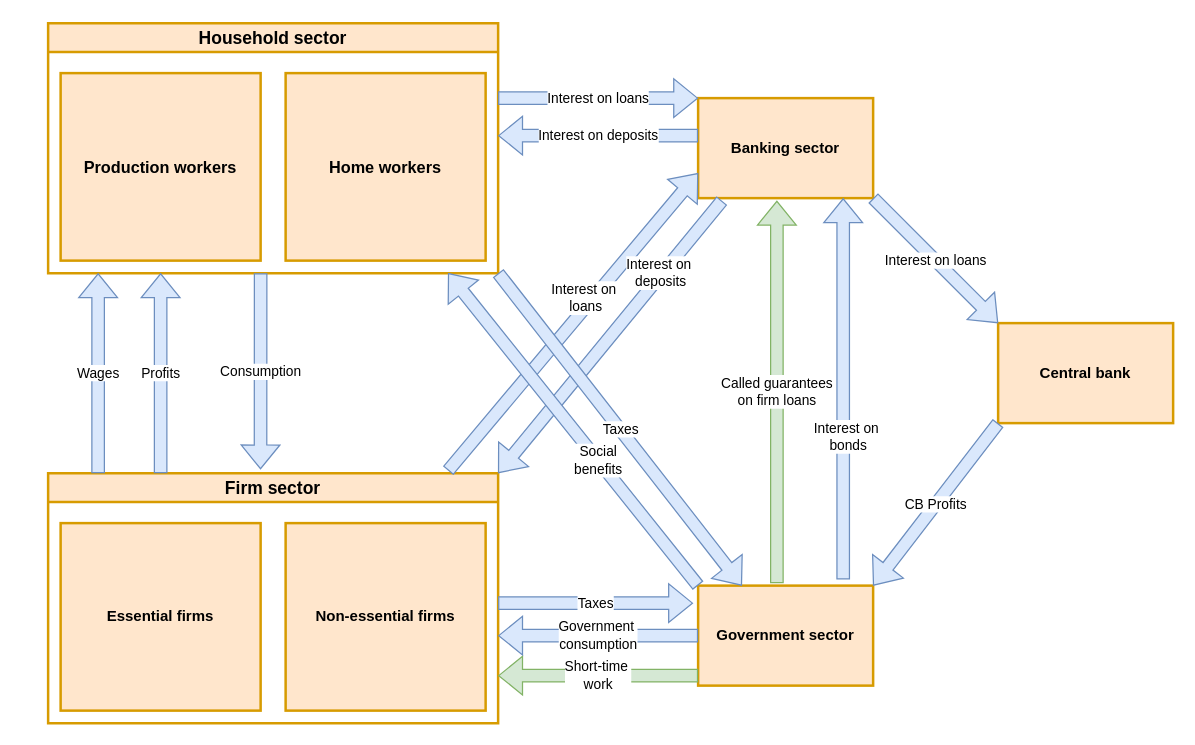
Earlier version of the draw.io diagram CovidABM_structure.drawio (zauster/draw.io). Source tidied: cells renumbered, new cells numbered last; positions are measured from the earlier drawing's top-left corner, leaving out a move shared by most shapes. Both pictures are drawn from the tidied source at 125%, with x=0, y=0 at pixel (48, 22).
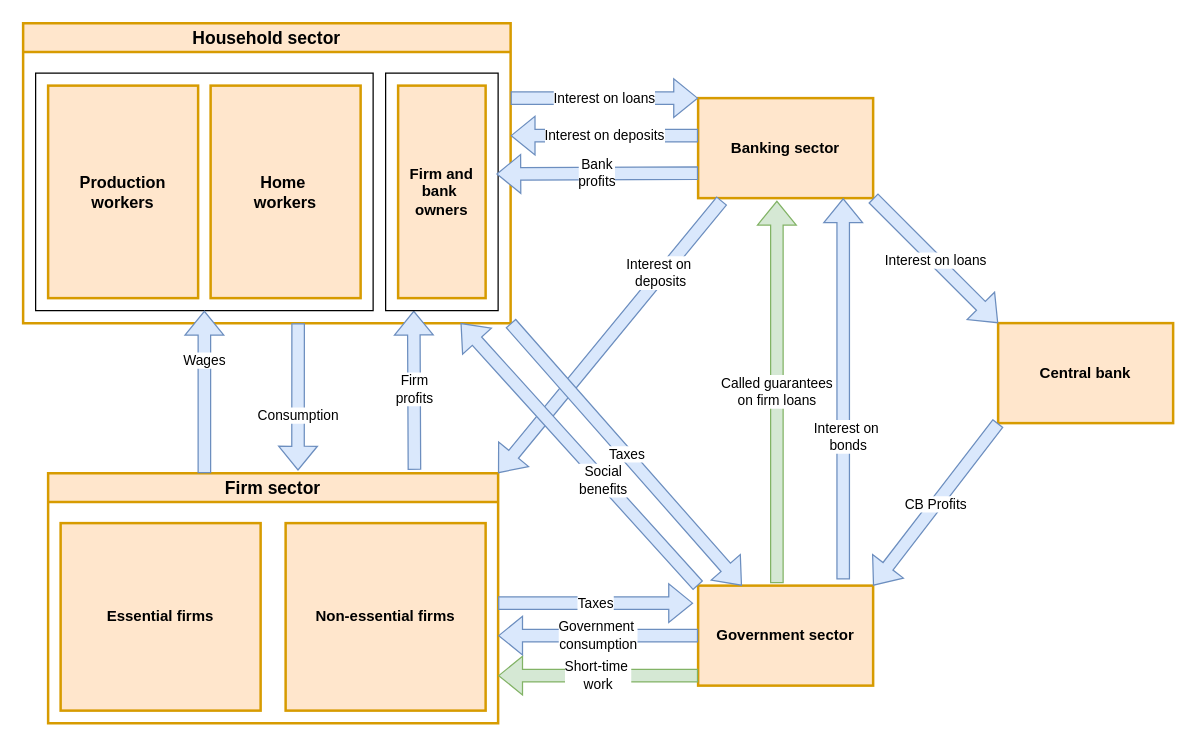
The same diagram, later.

Unchanged cells that the change refers to:
```xml
<mxCell id="2" value="Firm sector" style="swimlane;fillColor=#ffe6cc;strokeColor=#d79b00;strokeWidth=2;fontSize=14;startSize=23;verticalAlign=middle;" parent="1" vertex="1">
  <mxGeometry y="360" width="360" height="200" as="geometry" />
</mxCell>
<mxCell id="8" value="&lt;b&gt;Banking sector&lt;/b&gt;" style="rounded=0;whiteSpace=wrap;html=1;fillColor=#ffe6cc;strokeColor=#d79b00;strokeWidth=2;" parent="1" vertex="1">
  <mxGeometry x="520" y="60" width="140" height="80" as="geometry" />
</mxCell>
<mxCell id="9" value="&lt;b&gt;Government sector&lt;br&gt;&lt;/b&gt;" style="rounded=0;whiteSpace=wrap;html=1;fillColor=#ffe6cc;strokeColor=#d79b00;strokeWidth=2;" parent="1" vertex="1">
  <mxGeometry x="520" y="450" width="140" height="80" as="geometry" />
</mxCell>
```

The edit, as a diff of the source:
```diff
@@
     <mxCell id="5" value="Household sector" style="swimlane;fillColor=#ffe6cc;strokeColor=#d79b00;strokeWidth=2;fontSize=14;startSize=23;verticalAlign=middle;" parent="1" vertex="1">
-      <mxGeometry width="360" height="200" as="geometry" />
+      <mxGeometry x="-20" width="390" height="240" as="geometry" />
     </mxCell>
+    <mxCell id="27" style="rounded=0;whiteSpace=wrap;html=1;" parent="5" vertex="1">
+      <mxGeometry x="10" y="40" width="270" height="190" as="geometry" />
+    </mxCell>
     <mxCell id="6" value="&lt;b&gt;&lt;font style=&quot;font-size: 13px;&quot;&gt;Production workers&lt;/font&gt;&lt;/b&gt;" style="rounded=0;whiteSpace=wrap;html=1;fillColor=#ffe6cc;strokeColor=#d79b00;strokeWidth=2;verticalAlign=middle;" parent="5" vertex="1">
-      <mxGeometry x="10" y="40" width="160" height="150" as="geometry" />
+      <mxGeometry x="20" y="50" width="120" height="170" as="geometry" />
     </mxCell>
-    <mxCell id="7" value="&lt;b&gt;&lt;font style=&quot;font-size: 13px;&quot;&gt;Home workers&lt;/font&gt;&lt;/b&gt;" style="rounded=0;whiteSpace=wrap;html=1;fillColor=#ffe6cc;strokeColor=#d79b00;strokeWidth=2;verticalAlign=middle;" parent="5" vertex="1">
-      <mxGeometry x="190" y="40" width="160" height="150" as="geometry" />
+    <mxCell id="7" value="&lt;div&gt;&lt;b&gt;&lt;font style=&quot;font-size: 13px;&quot;&gt;Home&amp;nbsp;&lt;/font&gt;&lt;/b&gt;&lt;/div&gt;&lt;div&gt;&lt;b&gt;&lt;font style=&quot;font-size: 13px;&quot;&gt;workers&lt;/font&gt;&lt;/b&gt;&lt;/div&gt;" style="rounded=0;whiteSpace=wrap;html=1;fillColor=#ffe6cc;strokeColor=#d79b00;strokeWidth=2;verticalAlign=middle;" parent="5" vertex="1">
+      <mxGeometry x="150" y="50" width="120" height="170" as="geometry" />
     </mxCell>
@@
     <mxCell id="13" value="&lt;div&gt;Wages&lt;/div&gt;" style="shape=flexArrow;endArrow=classic;html=1;rounded=0;fillColor=#dae8fc;strokeColor=#6c8ebf;" parent="1" edge="1">
-      <mxGeometry relative="1" as="geometry">
-        <mxPoint x="40" y="360" as="sourcePoint" />
-        <mxPoint x="40" y="200" as="targetPoint" />
+      <mxGeometry x="0.38" relative="1" as="geometry">
+        <mxPoint x="125" y="360" as="sourcePoint" />
+        <mxPoint x="125" y="230" as="targetPoint" />
       </mxGeometry>
     </mxCell>
-    <mxCell id="14" value="Consumption" style="shape=flexArrow;endArrow=classic;html=1;rounded=0;fillColor=#dae8fc;strokeColor=#6c8ebf;entryX=0.472;entryY=-0.015;entryDx=0;entryDy=0;entryPerimeter=0;" parent="1" edge="1" target="2">
-      <mxGeometry relative="1" as="geometry">
-        <mxPoint x="170" y="200" as="sourcePoint" />
+    <mxCell id="14" value="Consumption" style="shape=flexArrow;endArrow=classic;html=1;rounded=0;fillColor=#dae8fc;strokeColor=#6c8ebf;entryX=0.472;entryY=-0.015;entryDx=0;entryDy=0;entryPerimeter=0;" parent="1" edge="1">
+      <mxGeometry x="0.26" relative="1" as="geometry">
+        <mxPoint x="200" y="240" as="sourcePoint" />
+        <mxPoint x="199.9" y="358" as="targetPoint" />
       </mxGeometry>
     </mxCell>
-    <mxCell id="15" value="Profits" style="shape=flexArrow;endArrow=classic;html=1;rounded=0;fillColor=#dae8fc;strokeColor=#6c8ebf;entryX=0.25;entryY=1;entryDx=0;entryDy=0;exitX=0.25;exitY=0;exitDx=0;exitDy=0;" parent="1" edge="1" source="2" target="5">
+    <mxCell id="15" value="&lt;div&gt;Firm&lt;/div&gt;&lt;div&gt;profits&lt;br&gt;&lt;/div&gt;" style="shape=flexArrow;endArrow=classic;html=1;rounded=0;fillColor=#dae8fc;strokeColor=#6c8ebf;entryX=0.25;entryY=1;entryDx=0;entryDy=0;exitX=0.814;exitY=-0.013;exitDx=0;exitDy=0;exitPerimeter=0;" parent="1" edge="1" source="2" target="28">
       <mxGeometry relative="1" as="geometry" />
     </mxCell>
     <mxCell id="16" value="Interest on loans" style="shape=flexArrow;endArrow=classic;html=1;rounded=0;strokeColor=#6c8ebf;align=center;verticalAlign=middle;fontFamily=Helvetica;fontSize=11;fontColor=default;labelBackgroundColor=default;fillColor=#dae8fc;entryX=0;entryY=0;entryDx=0;entryDy=0;" parent="1" edge="1" target="8">
       <mxGeometry relative="1" as="geometry">
-        <mxPoint x="360" y="60" as="sourcePoint" />
+        <mxPoint x="370" y="60" as="sourcePoint" />
       </mxGeometry>
     </mxCell>
     <mxCell id="17" value="Interest on deposits" style="shape=flexArrow;endArrow=classic;html=1;rounded=0;strokeColor=#6c8ebf;align=center;verticalAlign=middle;fontFamily=Helvetica;fontSize=11;fontColor=default;labelBackgroundColor=default;fillColor=#dae8fc;exitX=0;exitY=0.375;exitDx=0;exitDy=0;exitPerimeter=0;" parent="1" edge="1" source="8">
       <mxGeometry relative="1" as="geometry">
-        <mxPoint x="360" y="90" as="targetPoint" />
+        <mxPoint x="370" y="90" as="targetPoint" />
       </mxGeometry>
     </mxCell>
-    <mxCell id="18" value="&lt;div&gt;Interest on&amp;nbsp;&lt;/div&gt;&lt;div&gt;loans&lt;/div&gt;" style="shape=flexArrow;endArrow=classic;html=1;rounded=0;strokeColor=#6c8ebf;align=center;verticalAlign=middle;fontFamily=Helvetica;fontSize=11;fontColor=default;labelBackgroundColor=default;fillColor=#dae8fc;exitX=0.889;exitY=-0.01;exitDx=0;exitDy=0;exitPerimeter=0;entryX=0;entryY=0.75;entryDx=0;entryDy=0;" parent="1" edge="1" source="2" target="8">
-      <mxGeometry x="0.13" y="5" relative="1" as="geometry">
-        <mxPoint x="1" as="offset" />
-      </mxGeometry>
-    </mxCell>
@@
-    <mxCell id="21" value="Taxes" style="shape=flexArrow;endArrow=classic;html=1;rounded=0;strokeColor=#6c8ebf;align=center;verticalAlign=middle;fontFamily=Helvetica;fontSize=11;fontColor=default;labelBackgroundColor=default;fillColor=#dae8fc;entryX=-0.029;entryY=0.175;entryDx=0;entryDy=0;entryPerimeter=0;" parent="1" edge="1" target="9">
+    <mxCell id="21" value="Taxes" style="shape=flexArrow;endArrow=classic;html=1;rounded=0;strokeColor=#6c8ebf;align=center;verticalAlign=middle;fontFamily=Helvetica;fontSize=11;fontColor=default;labelBackgroundColor=default;fillColor=#dae8fc;" parent="1" edge="1">
       <mxGeometry relative="1" as="geometry">
         <mxPoint x="360" y="464" as="sourcePoint" />
+        <mxPoint x="516" y="464" as="targetPoint" />
       </mxGeometry>
     </mxCell>
     <mxCell id="22" value="&lt;div&gt;Social&lt;/div&gt;&lt;div&gt;benefits&lt;br&gt;&lt;/div&gt;" style="shape=flexArrow;endArrow=classic;html=1;rounded=0;strokeColor=#6c8ebf;align=center;verticalAlign=middle;fontFamily=Helvetica;fontSize=11;fontColor=default;labelBackgroundColor=default;fillColor=#dae8fc;exitX=0;exitY=0;exitDx=0;exitDy=0;" parent="1" edge="1" source="9">
       <mxGeometry x="-0.2" relative="1" as="geometry">
-        <mxPoint x="320" y="200" as="targetPoint" />
+        <mxPoint x="330" y="240" as="targetPoint" />
       </mxGeometry>
     </mxCell>
@@
+    <mxCell id="28" style="rounded=0;whiteSpace=wrap;html=1;" parent="1" vertex="1">
+      <mxGeometry x="270" y="40" width="90" height="190" as="geometry" />
+    </mxCell>
+    <mxCell id="29" value="&lt;div&gt;&lt;b&gt;Firm and bank&amp;nbsp;&lt;/b&gt;&lt;/div&gt;&lt;div&gt;&lt;b&gt;owners&lt;/b&gt;&lt;/div&gt;" style="rounded=0;whiteSpace=wrap;html=1;fillColor=#ffe6cc;strokeColor=#d79b00;strokeWidth=2;verticalAlign=middle;" parent="1" vertex="1">
+      <mxGeometry x="280" y="50" width="70" height="170" as="geometry" />
+    </mxCell>
+    <mxCell id="30" value="&lt;div&gt;Bank&lt;/div&gt;&lt;div&gt;profits&lt;br&gt;&lt;/div&gt;" style="shape=flexArrow;endArrow=classic;html=1;rounded=0;fillColor=#dae8fc;strokeColor=#6c8ebf;entryX=0.984;entryY=0.425;entryDx=0;entryDy=0;exitX=0;exitY=0.75;exitDx=0;exitDy=0;entryPerimeter=0;" parent="1" edge="1" source="8" target="28">
+      <mxGeometry relative="1" as="geometry" />
+    </mxCell>
```
